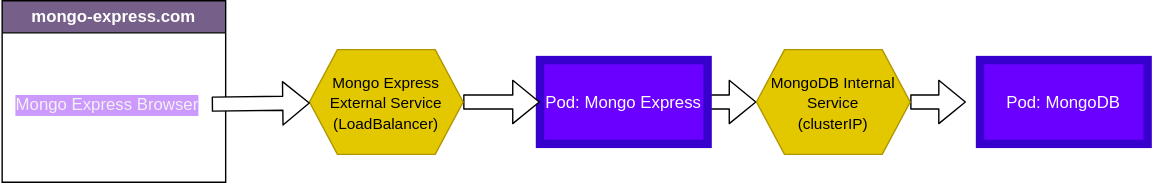
valardohaeris2/k8-mongodb keeps this draw.io diagram as mongo-request.drawio.svg. Above is the earlier version. Source tidied: cells renumbered, new cells last; positions are measured from the earlier drawing's top-left corner, leaving out a move shared by most shapes.
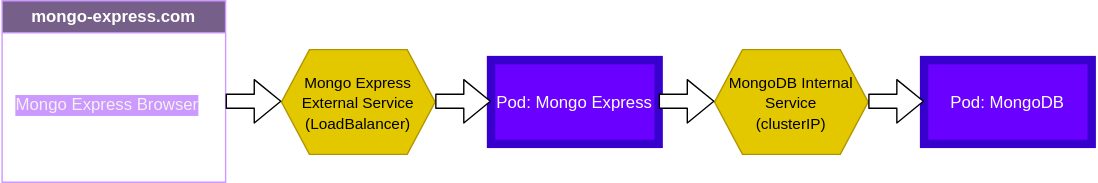
After the change.

Diff of the diagram source:
```diff
@@ -2,37 +2,47 @@
   <root>
     <mxCell id="0" />
     <mxCell id="1" parent="0" />
-    <mxCell id="2" style="edgeStyle=none;html=1;shape=flexArrow;fillColor=#FFFFFF;" parent="1" edge="1" source="3" target="10">
-      <mxGeometry relative="1" as="geometry" />
-    </mxCell>
     <mxCell id="3" value="Pod: Mongo Express&amp;nbsp;" style="rounded=0;whiteSpace=wrap;html=1;strokeColor=#3700CC;strokeWidth=6;fillColor=#6a00ff;fontColor=#ffffff;" parent="1" vertex="1">
-      <mxGeometry x="385" y="42.5" width="120" height="60" as="geometry" />
+      <mxGeometry x="350" y="42.5" width="120" height="60" as="geometry" />
     </mxCell>
-    <mxCell id="4" style="edgeStyle=none;html=1;shape=flexArrow;fillColor=#FFFFFF;" parent="1" edge="1" source="5" target="3">
-      <mxGeometry relative="1" as="geometry" />
-    </mxCell>
     <mxCell id="5" value="&lt;font style=&quot;font-size: 11px;&quot;&gt;Mongo Express External Service&amp;nbsp;&lt;br&gt;(LoadBalancer)&lt;/font&gt;" style="shape=hexagon;perimeter=hexagonPerimeter2;whiteSpace=wrap;html=1;fixedSize=1;fillColor=#e3c800;fontColor=#000000;strokeColor=#B09500;" parent="1" vertex="1">
-      <mxGeometry x="220" y="35" width="110" height="75" as="geometry" />
+      <mxGeometry x="200" y="35" width="110" height="75" as="geometry" />
     </mxCell>
-    <mxCell id="6" value="mongo-express.com" style="swimlane;whiteSpace=wrap;html=1;fillColor=#76608A;fontColor=#ffffff;strokeColor=default;perimeterSpacing=3;" parent="1" vertex="1">
+    <mxCell id="6" value="mongo-express.com" style="swimlane;whiteSpace=wrap;html=1;fillColor=#76608A;fontColor=#ffffff;strokeColor=#CC99FF;perimeterSpacing=3;" parent="1" vertex="1">
       <mxGeometry width="160" height="130" as="geometry" />
     </mxCell>
     <mxCell id="7" value="Mongo Express Browser" style="text;html=1;align=center;verticalAlign=middle;points=[];fillColor=none;fontColor=#f3f1f1;labelBackgroundColor=#CC99FF;" parent="6" vertex="1">
       <mxGeometry y="60" width="150" height="30" as="geometry" />
     </mxCell>
-    <mxCell id="8" style="edgeStyle=none;html=1;labelBackgroundColor=#FFFFFF;fontSize=11;shape=flexArrow;fillColor=#FFFFFF;" parent="1" edge="1" source="7" target="5">
-      <mxGeometry relative="1" as="geometry" />
-    </mxCell>
-    <mxCell id="9" style="edgeStyle=none;html=1;fontSize=11;shape=flexArrow;fillColor=#FFFFFF;" parent="1" edge="1" source="10">
-      <mxGeometry relative="1" as="geometry">
-        <mxPoint x="690" y="72.5" as="targetPoint" />
-      </mxGeometry>
-    </mxCell>
     <mxCell id="10" value="&lt;font style=&quot;font-size: 11px;&quot;&gt;MongoDB Internal Service&amp;nbsp;&lt;br&gt;(clusterIP)&lt;/font&gt;" style="shape=hexagon;perimeter=hexagonPerimeter2;whiteSpace=wrap;html=1;fixedSize=1;fillColor=#e3c800;fontColor=#000000;strokeColor=#B09500;" parent="1" vertex="1">
-      <mxGeometry x="540" y="35" width="110" height="75" as="geometry" />
+      <mxGeometry x="510" y="35" width="110" height="75" as="geometry" />
     </mxCell>
     <mxCell id="11" value="Pod: MongoDB" style="rounded=0;whiteSpace=wrap;html=1;strokeColor=#3700CC;strokeWidth=6;fillColor=#6a00ff;fontColor=#ffffff;" parent="1" vertex="1">
-      <mxGeometry x="700" y="42.5" width="120" height="60" as="geometry" />
+      <mxGeometry x="660" y="42.5" width="120" height="60" as="geometry" />
     </mxCell>
+    <mxCell id="12" style="edgeStyle=none;html=1;fontSize=11;shape=flexArrow;fillColor=#FFFFFF;" parent="1" edge="1">
+      <mxGeometry relative="1" as="geometry">
+        <mxPoint x="470" y="72" as="sourcePoint" />
+        <mxPoint x="510" y="72" as="targetPoint" />
+      </mxGeometry>
+    </mxCell>
+    <mxCell id="13" style="edgeStyle=none;html=1;fontSize=11;shape=flexArrow;fillColor=#FFFFFF;" parent="1" edge="1">
+      <mxGeometry relative="1" as="geometry">
+        <mxPoint x="310" y="72" as="sourcePoint" />
+        <mxPoint x="350" y="72" as="targetPoint" />
+      </mxGeometry>
+    </mxCell>
+    <mxCell id="14" style="edgeStyle=none;html=1;fontSize=11;shape=flexArrow;fillColor=#FFFFFF;" parent="1" edge="1">
+      <mxGeometry relative="1" as="geometry">
+        <mxPoint x="160" y="72" as="sourcePoint" />
+        <mxPoint x="200" y="72" as="targetPoint" />
+      </mxGeometry>
+    </mxCell>
+    <mxCell id="15" style="edgeStyle=none;html=1;fontSize=11;shape=flexArrow;fillColor=#FFFFFF;" parent="1" edge="1">
+      <mxGeometry relative="1" as="geometry">
+        <mxPoint x="620" y="72" as="sourcePoint" />
+        <mxPoint x="660" y="72" as="targetPoint" />
+      </mxGeometry>
+    </mxCell>
   </root>
 </mxGraphModel>
```
